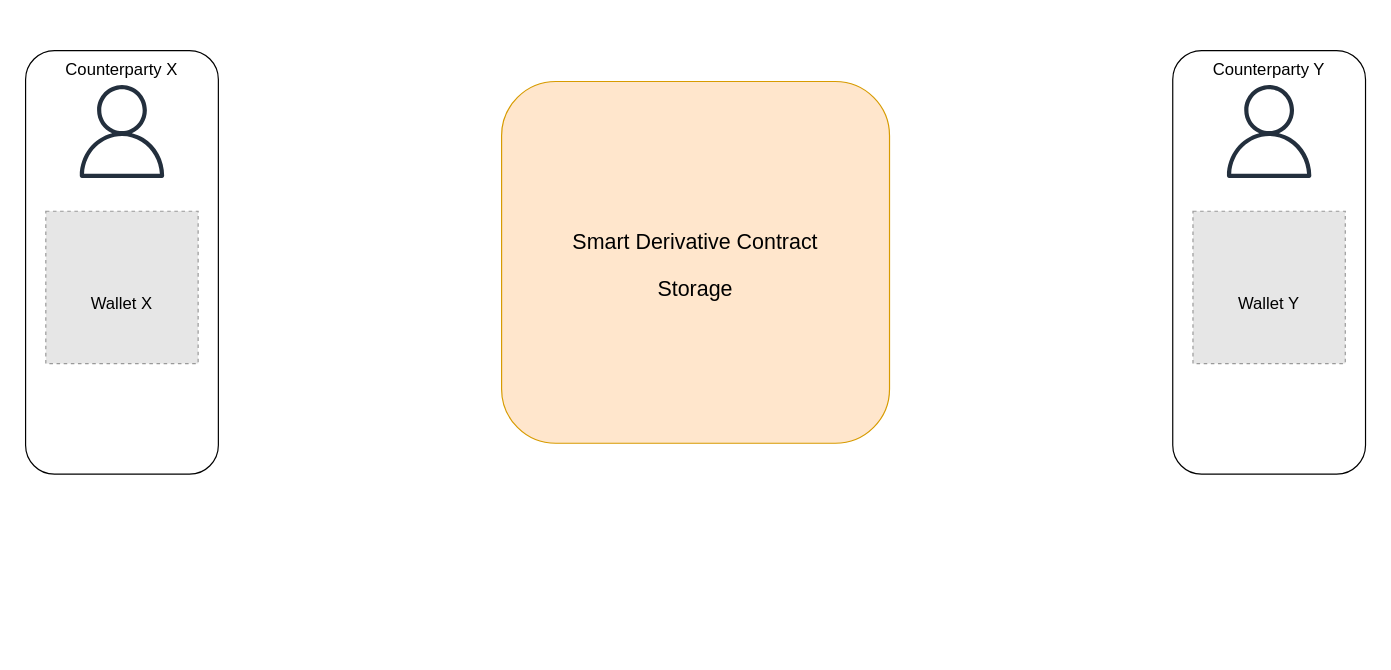
The draw.io diagram page "Contract Wallet" (4 of 5) of qualitaX.drawio in Edoumou/drawings, before the edit. Source tidied: cells renumbered, new cells numbered last; positions are measured from the earlier drawing's top-left corner, leaving out a move shared by most shapes. Both pictures are drawn from the tidied source at 119%, with x=0, y=0 at pixel (25, 50). Pictures stored in the file or linked from it are replaced by grey dashed boxes.
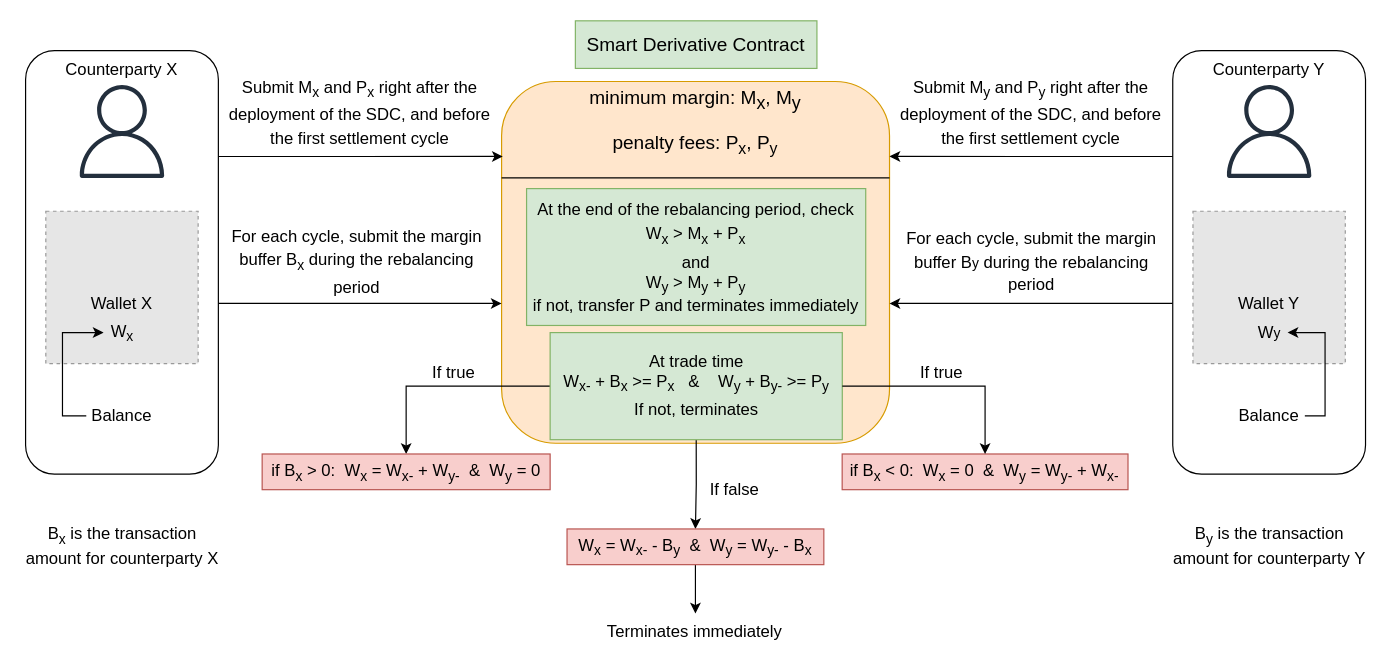
The same page after the edit.

Unchanged cells that the change refers to:
```xml
<mxCell id="3" style="rounded=1;whiteSpace=wrap;html=1;" parent="1" vertex="1">
  <mxGeometry width="162" height="356" as="geometry" />
</mxCell>
<mxCell id="5" style="rounded=1;whiteSpace=wrap;html=1;" parent="1" vertex="1">
  <mxGeometry x="964" width="162" height="356" as="geometry" />
</mxCell>
```

Diff of the diagram source:
```diff
@@
-    <mxCell id="2" value="&lt;p style=&quot;line-height: 120%; font-size: 18px;&quot;&gt;&lt;font style=&quot;font-size: 18px;&quot;&gt;Smart Derivative Contract&lt;/font&gt;&lt;/p&gt;&lt;div style=&quot;font-size: 18px;&quot;&gt;&lt;font style=&quot;font-size: 18px;&quot;&gt;Storage&lt;/font&gt;&lt;/div&gt;&lt;p&gt;&lt;/p&gt;" style="rounded=1;whiteSpace=wrap;html=1;fillColor=#ffe6cc;strokeColor=#d79b00;" parent="1" vertex="1">
+    <mxCell id="2" value="&lt;p style=&quot;line-height: 120%; font-size: 18px;&quot;&gt;&lt;span style=&quot;font-size: 16px; background-color: initial;&quot;&gt;minimum margin: M&lt;/span&gt;&lt;sub style=&quot;background-color: initial;&quot;&gt;x&lt;/sub&gt;&lt;span style=&quot;font-size: 16px; background-color: initial;&quot;&gt;, M&lt;/span&gt;&lt;sub style=&quot;background-color: initial;&quot;&gt;y&lt;/sub&gt;&lt;br&gt;&lt;/p&gt;&lt;p style=&quot;line-height: 60%; font-size: 16px;&quot;&gt;&lt;font style=&quot;font-size: 16px;&quot;&gt;penalty fees: P&lt;sub style=&quot;&quot;&gt;x&lt;/sub&gt;, P&lt;sub style=&quot;&quot;&gt;y&lt;/sub&gt;&lt;/font&gt;&lt;/p&gt;&lt;p style=&quot;line-height: 120%; font-size: 16px;&quot;&gt;&lt;font style=&quot;font-size: 16px;&quot;&gt;&lt;sub style=&quot;&quot;&gt;&lt;br&gt;&lt;/sub&gt;&lt;/font&gt;&lt;/p&gt;&lt;p style=&quot;line-height: 120%; font-size: 16px;&quot;&gt;&lt;font style=&quot;font-size: 16px;&quot;&gt;&lt;sub style=&quot;&quot;&gt;&lt;br&gt;&lt;/sub&gt;&lt;/font&gt;&lt;/p&gt;&lt;p style=&quot;line-height: 120%; font-size: 16px;&quot;&gt;&lt;font style=&quot;font-size: 16px;&quot;&gt;&lt;sub style=&quot;&quot;&gt;&lt;br&gt;&lt;/sub&gt;&lt;/font&gt;&lt;/p&gt;&lt;p style=&quot;line-height: 120%; font-size: 16px;&quot;&gt;&lt;font style=&quot;font-size: 16px;&quot;&gt;&lt;sub style=&quot;&quot;&gt;&lt;br&gt;&lt;/sub&gt;&lt;/font&gt;&lt;/p&gt;&lt;p style=&quot;line-height: 120%; font-size: 16px;&quot;&gt;&lt;font style=&quot;font-size: 16px;&quot;&gt;&lt;sub style=&quot;&quot;&gt;&lt;br&gt;&lt;/sub&gt;&lt;/font&gt;&lt;/p&gt;&lt;p style=&quot;line-height: 120%; font-size: 16px;&quot;&gt;&lt;font style=&quot;font-size: 16px;&quot;&gt;&lt;sub style=&quot;&quot;&gt;&lt;br&gt;&lt;/sub&gt;&lt;/font&gt;&lt;/p&gt;&lt;p&gt;&lt;/p&gt;" style="rounded=1;whiteSpace=wrap;html=1;fillColor=#ffe6cc;strokeColor=#d79b00;" parent="1" vertex="1">
       <mxGeometry x="400" y="26" width="326" height="304" as="geometry" />
     </mxCell>
+    <mxCell id="13" style="edgeStyle=orthogonalEdgeStyle;rounded=0;orthogonalLoop=1;jettySize=auto;html=1;entryX=0;entryY=0.5;entryDx=0;entryDy=0;" parent="1" edge="1">
+      <mxGeometry relative="1" as="geometry">
+        <mxPoint x="162" y="212.5" as="sourcePoint" />
+        <mxPoint x="400" y="212.5" as="targetPoint" />
+      </mxGeometry>
+    </mxCell>
@@
+    <mxCell id="14" style="edgeStyle=orthogonalEdgeStyle;rounded=0;orthogonalLoop=1;jettySize=auto;html=1;entryX=1;entryY=0.5;entryDx=0;entryDy=0;" parent="1" edge="1">
+      <mxGeometry relative="1" as="geometry">
+        <mxPoint x="964" y="212.5" as="sourcePoint" />
+        <mxPoint x="726" y="212.5" as="targetPoint" />
+      </mxGeometry>
+    </mxCell>
@@
+    <mxCell id="15" style="endArrow=none;html=1;rounded=0;" parent="1" edge="1">
+      <mxGeometry relative="1" as="geometry">
+        <mxPoint x="400" y="107" as="sourcePoint" />
+        <mxPoint x="726" y="107" as="targetPoint" />
+      </mxGeometry>
+    </mxCell>
+    <mxCell id="16" style="edgeStyle=orthogonalEdgeStyle;rounded=0;jettySize=auto;html=1;exitX=1;exitY=0.25;exitDx=0;exitDy=0;entryX=0.003;entryY=0.207;entryDx=0;entryDy=0;entryPerimeter=0;" parent="1" edge="1" source="3" target="2">
+      <mxGeometry relative="1" as="geometry" />
+    </mxCell>
+    <mxCell id="17" style="edgeStyle=orthogonalEdgeStyle;rounded=0;jettySize=auto;html=1;exitX=0;exitY=0.25;exitDx=0;exitDy=0;entryX=1;entryY=0.207;entryDx=0;entryDy=0;entryPerimeter=0;" parent="1" edge="1" source="5" target="2">
+      <mxGeometry relative="1" as="geometry" />
+    </mxCell>
+    <mxCell id="18" value="&lt;p style=&quot;line-height: 160%;&quot;&gt;&lt;font style=&quot;font-size: 14px;&quot;&gt;Submit M&lt;sub&gt;x&lt;/sub&gt; and P&lt;sub&gt;x&lt;/sub&gt; right after the deployment of the SDC, and before the first settlement cycle&lt;/font&gt;&lt;/p&gt;" style="text;html=1;align=center;verticalAlign=middle;whiteSpace=wrap;rounded=0;" parent="1" vertex="1">
+      <mxGeometry x="165" y="21" width="232" height="63" as="geometry" />
+    </mxCell>
+    <mxCell id="19" value="&lt;p style=&quot;line-height: 160%;&quot;&gt;&lt;font style=&quot;font-size: 14px;&quot;&gt;Submit M&lt;sub&gt;y&lt;/sub&gt; and P&lt;sub&gt;y&lt;/sub&gt; right after the deployment of the SDC, and before the first settlement cycle&lt;/font&gt;&lt;/p&gt;" style="text;html=1;align=center;verticalAlign=middle;whiteSpace=wrap;rounded=0;" parent="1" vertex="1">
+      <mxGeometry x="729" y="21" width="232" height="63" as="geometry" />
+    </mxCell>
+    <mxCell id="20" value="&lt;p style=&quot;line-height: 157%;&quot;&gt;&lt;font style=&quot;font-size: 14px;&quot;&gt;For each cycle, submit the margin buffer B&lt;sub&gt;x&lt;/sub&gt; during the rebalancing period&lt;/font&gt;&lt;/p&gt;" style="text;html=1;align=center;verticalAlign=middle;whiteSpace=wrap;rounded=0;" parent="1" vertex="1">
+      <mxGeometry x="168" y="146.5" width="221" height="63" as="geometry" />
+    </mxCell>
+    <mxCell id="21" value="&lt;p style=&quot;line-height: 157%;&quot;&gt;&lt;font style=&quot;font-size: 14px;&quot;&gt;For each cycle, submit the margin buffer B&lt;/font&gt;&lt;font style=&quot;&quot;&gt;&lt;span style=&quot;font-size: 11.6667px;&quot;&gt;y&lt;/span&gt;&lt;span style=&quot;font-size: 14px;&quot;&gt;&amp;nbsp;during the rebalancing period&lt;/span&gt;&lt;/font&gt;&lt;/p&gt;" style="text;html=1;align=center;verticalAlign=middle;whiteSpace=wrap;rounded=0;" parent="1" vertex="1">
+      <mxGeometry x="734.5" y="146.5" width="221" height="63" as="geometry" />
+    </mxCell>
+    <mxCell id="22" value="&lt;font style=&quot;font-size: 16px;&quot;&gt;Smart Derivative Contract&lt;/font&gt;" style="text;html=1;align=center;verticalAlign=middle;whiteSpace=wrap;rounded=0;fillColor=#d5e8d4;strokeColor=#82b366;" parent="1" vertex="1">
+      <mxGeometry x="462" y="-25" width="203" height="40" as="geometry" />
+    </mxCell>
+    <mxCell id="23" value="&lt;font style=&quot;font-size: 14px;&quot;&gt;W&lt;sub&gt;x&lt;/sub&gt;&lt;/font&gt;" style="text;html=1;align=center;verticalAlign=middle;whiteSpace=wrap;rounded=0;" parent="1" vertex="1">
+      <mxGeometry x="65.5" y="228" width="31" height="18" as="geometry" />
+    </mxCell>
+    <mxCell id="24" value="&lt;font style=&quot;font-size: 14px;&quot;&gt;W&lt;/font&gt;&lt;font style=&quot;font-size: 11.6667px;&quot;&gt;y&lt;/font&gt;" style="text;html=1;align=center;verticalAlign=middle;whiteSpace=wrap;rounded=0;" parent="1" vertex="1">
+      <mxGeometry x="1029.5" y="228" width="31" height="18" as="geometry" />
+    </mxCell>
+    <mxCell id="25" style="edgeStyle=orthogonalEdgeStyle;rounded=0;jettySize=auto;html=1;entryX=1;entryY=0.5;entryDx=0;entryDy=0;" parent="1" edge="1" source="26" target="24">
+      <mxGeometry relative="1" as="geometry">
+        <Array as="points">
+          <mxPoint x="1092" y="307" />
+          <mxPoint x="1092" y="237" />
+        </Array>
+      </mxGeometry>
+    </mxCell>
+    <mxCell id="26" value="&lt;font style=&quot;font-size: 14px;&quot;&gt;Balance&lt;/font&gt;" style="text;html=1;align=center;verticalAlign=middle;whiteSpace=wrap;rounded=0;" parent="1" vertex="1">
+      <mxGeometry x="1015" y="293" width="60" height="28" as="geometry" />
+    </mxCell>
+    <mxCell id="27" style="edgeStyle=orthogonalEdgeStyle;rounded=0;jettySize=auto;html=1;entryX=0;entryY=0.5;entryDx=0;entryDy=0;" parent="1" edge="1" source="28" target="23">
+      <mxGeometry relative="1" as="geometry">
+        <Array as="points">
+          <mxPoint x="31" y="307" />
+          <mxPoint x="31" y="237" />
+        </Array>
+      </mxGeometry>
+    </mxCell>
+    <mxCell id="28" value="&lt;font style=&quot;font-size: 14px;&quot;&gt;Balance&lt;/font&gt;" style="text;html=1;align=center;verticalAlign=middle;whiteSpace=wrap;rounded=0;" parent="1" vertex="1">
+      <mxGeometry x="51" y="293" width="60" height="28" as="geometry" />
+    </mxCell>
+    <mxCell id="29" value="&lt;font style=&quot;font-size: 14px;&quot;&gt;At the end of the rebalancing period, check&lt;/font&gt;&lt;div style=&quot;line-height: 160%; font-size: 14px;&quot;&gt;&lt;font style=&quot;font-size: 14px;&quot;&gt;W&lt;sub&gt;x&lt;/sub&gt; &amp;gt; M&lt;sub&gt;x&lt;/sub&gt; + P&lt;sub&gt;x&lt;/sub&gt;&lt;/font&gt;&lt;/div&gt;&lt;div style=&quot;font-size: 14px;&quot;&gt;&lt;font style=&quot;font-size: 14px;&quot;&gt;and&lt;/font&gt;&lt;/div&gt;&lt;div style=&quot;font-size: 14px;&quot;&gt;&lt;font style=&quot;font-size: 14px;&quot;&gt;W&lt;sub&gt;y&lt;/sub&gt; &amp;gt; M&lt;sub&gt;y&lt;/sub&gt; + P&lt;sub&gt;y&lt;/sub&gt;&lt;/font&gt;&lt;/div&gt;&lt;div style=&quot;font-size: 14px;&quot;&gt;&lt;font style=&quot;font-size: 14px;&quot;&gt;if not, transfer P and terminates immediately&lt;/font&gt;&lt;/div&gt;" style="text;html=1;align=center;verticalAlign=middle;whiteSpace=wrap;rounded=0;fillColor=#d5e8d4;strokeColor=#82b366;" parent="1" vertex="1">
+      <mxGeometry x="421" y="116" width="285" height="115" as="geometry" />
+    </mxCell>
+    <mxCell id="30" style="edgeStyle=orthogonalEdgeStyle;rounded=0;jettySize=auto;html=1;entryX=0.5;entryY=0;entryDx=0;entryDy=0;" parent="1" edge="1" source="32" target="33">
+      <mxGeometry relative="1" as="geometry">
+        <Array as="points">
+          <mxPoint x="320" y="282" />
+        </Array>
+      </mxGeometry>
+    </mxCell>
+    <mxCell id="31" style="edgeStyle=orthogonalEdgeStyle;rounded=0;jettySize=auto;html=1;exitX=0.5;exitY=1;exitDx=0;exitDy=0;entryX=0.5;entryY=0;entryDx=0;entryDy=0;" parent="1" edge="1" source="32" target="39">
+      <mxGeometry relative="1" as="geometry" />
+    </mxCell>
+    <mxCell id="32" value="&lt;font style=&quot;font-size: 14px;&quot;&gt;At trade time&lt;/font&gt;&lt;div style=&quot;line-height: 140%; font-size: 14px;&quot;&gt;&lt;font style=&quot;font-size: 14px;&quot;&gt;W&lt;sub&gt;x-&lt;/sub&gt; + B&lt;sub&gt;x&lt;/sub&gt; &amp;gt;= P&lt;sub&gt;x&lt;/sub&gt;&amp;nbsp; &amp;nbsp;&amp;amp;&amp;nbsp; &amp;nbsp; W&lt;sub&gt;y&lt;/sub&gt; + B&lt;sub&gt;y-&lt;/sub&gt; &amp;gt;= P&lt;sub&gt;y&lt;/sub&gt;&lt;/font&gt;&lt;/div&gt;&lt;div style=&quot;font-size: 14px; line-height: 140%;&quot;&gt;&lt;font style=&quot;font-size: 14px;&quot;&gt;If not, terminates&lt;/font&gt;&lt;/div&gt;" style="text;html=1;align=center;verticalAlign=middle;whiteSpace=wrap;rounded=0;fillColor=#d5e8d4;strokeColor=#82b366;" parent="1" vertex="1">
+      <mxGeometry x="440.8" y="237" width="245.5" height="90" as="geometry" />
+    </mxCell>
+    <mxCell id="33" value="&lt;font style=&quot;font-size: 14px;&quot;&gt;if B&lt;sub&gt;x&lt;/sub&gt; &amp;gt; 0:&amp;nbsp; W&lt;sub&gt;x&lt;/sub&gt; = W&lt;sub&gt;x-&lt;/sub&gt; + W&lt;sub&gt;y-&lt;/sub&gt;&amp;nbsp; &amp;amp;&amp;nbsp; W&lt;sub&gt;y&lt;/sub&gt; = 0&lt;/font&gt;" style="text;html=1;align=center;verticalAlign=middle;whiteSpace=wrap;rounded=0;fillColor=#f8cecc;strokeColor=#b85450;" parent="1" vertex="1">
+      <mxGeometry x="198.8" y="339" width="242" height="30" as="geometry" />
+    </mxCell>
+    <mxCell id="34" value="&lt;font style=&quot;font-size: 14px;&quot;&gt;if B&lt;sub&gt;x&lt;/sub&gt; &amp;lt; 0:&amp;nbsp; W&lt;sub&gt;x&lt;/sub&gt; = 0&amp;nbsp; &amp;amp;&amp;nbsp; W&lt;sub&gt;y&lt;/sub&gt; = W&lt;sub&gt;y-&lt;/sub&gt; + W&lt;sub&gt;x-&lt;/sub&gt;&lt;/font&gt;" style="text;html=1;align=center;verticalAlign=middle;whiteSpace=wrap;rounded=0;fillColor=#f8cecc;strokeColor=#b85450;" parent="1" vertex="1">
+      <mxGeometry x="686.2" y="339" width="240.2" height="30" as="geometry" />
+    </mxCell>
+    <mxCell id="35" style="edgeStyle=orthogonalEdgeStyle;rounded=0;jettySize=auto;html=1;exitX=1;exitY=0.5;exitDx=0;exitDy=0;entryX=0.5;entryY=0;entryDx=0;entryDy=0;" parent="1" edge="1" source="32" target="34">
+      <mxGeometry relative="1" as="geometry" />
+    </mxCell>
+    <mxCell id="36" value="&lt;font style=&quot;font-size: 14px;&quot;&gt;If true&lt;/font&gt;" style="text;html=1;align=center;verticalAlign=middle;whiteSpace=wrap;rounded=0;" parent="1" vertex="1">
+      <mxGeometry x="335" y="261" width="50" height="20" as="geometry" />
+    </mxCell>
+    <mxCell id="37" value="&lt;font style=&quot;font-size: 14px;&quot;&gt;If true&lt;/font&gt;" style="text;html=1;align=center;verticalAlign=middle;whiteSpace=wrap;rounded=0;" parent="1" vertex="1">
+      <mxGeometry x="745" y="261" width="50" height="20" as="geometry" />
+    </mxCell>
+    <mxCell id="38" style="edgeStyle=orthogonalEdgeStyle;rounded=0;jettySize=auto;html=1;entryX=0.5;entryY=0;entryDx=0;entryDy=0;" parent="1" edge="1" source="39" target="41">
+      <mxGeometry relative="1" as="geometry" />
+    </mxCell>
+    <mxCell id="39" value="&lt;span style=&quot;font-size: 14px;&quot;&gt;W&lt;sub&gt;x&lt;/sub&gt; = W&lt;sub&gt;x-&lt;/sub&gt; - B&lt;sub&gt;y&lt;/sub&gt;&amp;nbsp; &amp;amp;&amp;nbsp; W&lt;sub&gt;y&lt;/sub&gt; = W&lt;sub&gt;y-&lt;/sub&gt; - B&lt;sub&gt;x&lt;/sub&gt;&lt;/span&gt;" style="text;html=1;align=center;verticalAlign=middle;whiteSpace=wrap;rounded=0;fillColor=#f8cecc;strokeColor=#b85450;" parent="1" vertex="1">
+      <mxGeometry x="455" y="402" width="215.8" height="30" as="geometry" />
+    </mxCell>
+    <mxCell id="40" value="&lt;font style=&quot;font-size: 14px;&quot;&gt;If false&lt;/font&gt;" style="text;html=1;align=center;verticalAlign=middle;whiteSpace=wrap;rounded=0;" parent="1" vertex="1">
+      <mxGeometry x="571" y="359" width="50" height="20" as="geometry" />
+    </mxCell>
+    <mxCell id="41" value="&lt;font style=&quot;font-size: 14px;&quot;&gt;Terminates immediately&lt;/font&gt;" style="text;html=1;align=center;verticalAlign=middle;whiteSpace=wrap;rounded=0;" parent="1" vertex="1">
+      <mxGeometry x="484.4" y="473" width="157" height="30" as="geometry" />
+    </mxCell>
+    <mxCell id="42" value="&lt;p style=&quot;line-height: 140%;&quot;&gt;&lt;font style=&quot;font-size: 14px;&quot;&gt;B&lt;sub&gt;x&lt;/sub&gt; is the transaction amount for counterparty X&lt;/font&gt;&lt;/p&gt;" style="text;html=1;align=center;verticalAlign=middle;whiteSpace=wrap;rounded=0;" parent="1" vertex="1">
+      <mxGeometry x="-4.5" y="402" width="171" height="30" as="geometry" />
+    </mxCell>
+    <mxCell id="43" value="&lt;p style=&quot;line-height: 140%;&quot;&gt;&lt;font style=&quot;font-size: 14px;&quot;&gt;B&lt;sub&gt;y&lt;/sub&gt; is the transaction amount for counterparty Y&lt;/font&gt;&lt;/p&gt;" style="text;html=1;align=center;verticalAlign=middle;whiteSpace=wrap;rounded=0;" parent="1" vertex="1">
+      <mxGeometry x="959.5" y="402" width="171" height="30" as="geometry" />
+    </mxCell>
```
